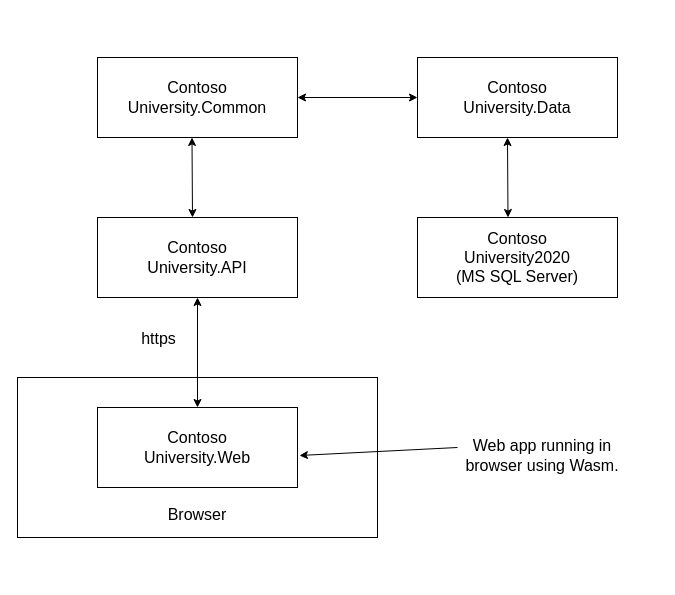
Before: Contoso-app.drawio in MBDev2k/PublicStuff, a draw.io diagram. Source tidied: cells renumbered, new cells numbered last; positions are measured from the earlier drawing's top-left corner, leaving out a move shared by most shapes. Both pictures are drawn from the tidied source at 100%, with x=0, y=0 at pixel (17, 57).
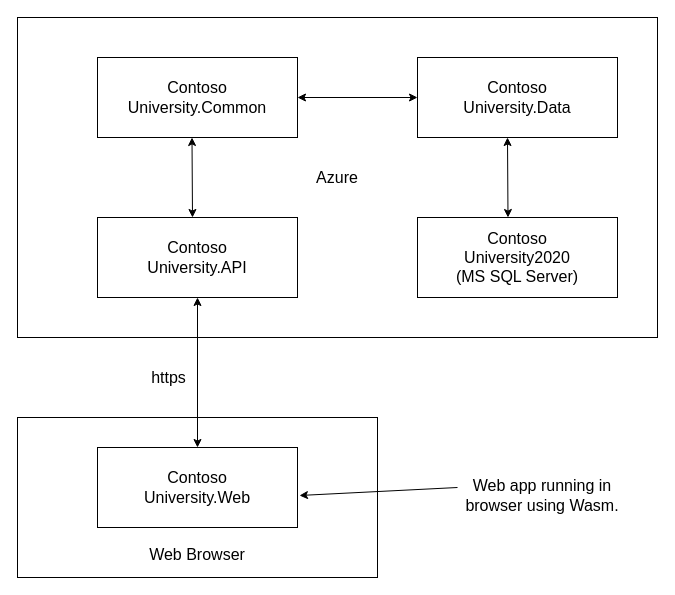
The same diagram, later.

Diff of the diagram source:
```diff
@@
 <mxGraphModel>
   <root>
     <mxCell id="0" />
     <mxCell id="1" parent="0" />
+    <mxCell id="15" value="&lt;font style=&quot;font-size: 16px;&quot;&gt;Azure&lt;/font&gt;" style="rounded=0;whiteSpace=wrap;html=1;" parent="1" vertex="1">
+      <mxGeometry y="-40" width="640" height="320" as="geometry" />
+    </mxCell>
-    <mxCell id="2" value="&lt;div&gt;&lt;br&gt;&lt;/div&gt;&lt;div&gt;&lt;br&gt;&lt;/div&gt;&lt;div&gt;&lt;br&gt;&lt;/div&gt;&lt;div&gt;&lt;br&gt;&lt;/div&gt;&lt;div&gt;&lt;br&gt;&lt;/div&gt;&lt;div&gt;&lt;br&gt;&lt;/div&gt;&lt;div&gt;&lt;br&gt;&lt;/div&gt;&lt;div&gt;&lt;br&gt;&lt;/div&gt;&lt;div&gt;&lt;font style=&quot;font-size: 16px;&quot;&gt;Browser&lt;/font&gt;&lt;/div&gt;" style="rounded=0;whiteSpace=wrap;html=1;" parent="1" vertex="1">
-      <mxGeometry y="320" width="360" height="160" as="geometry" />
+    <mxCell id="2" value="&lt;div&gt;&lt;br&gt;&lt;/div&gt;&lt;div&gt;&lt;br&gt;&lt;/div&gt;&lt;div&gt;&lt;br&gt;&lt;/div&gt;&lt;div&gt;&lt;br&gt;&lt;/div&gt;&lt;div&gt;&lt;br&gt;&lt;/div&gt;&lt;div&gt;&lt;br&gt;&lt;/div&gt;&lt;div&gt;&lt;br&gt;&lt;/div&gt;&lt;div&gt;&lt;br&gt;&lt;/div&gt;&lt;div&gt;&lt;font style=&quot;font-size: 16px;&quot;&gt;Web Browser&lt;/font&gt;&lt;/div&gt;" style="rounded=0;whiteSpace=wrap;html=1;" parent="1" vertex="1">
+      <mxGeometry y="360" width="360" height="160" as="geometry" />
     </mxCell>
     <mxCell id="3" value="&lt;div style=&quot;font-size: 16px;&quot;&gt;&lt;font style=&quot;font-size: 16px;&quot;&gt;Contoso&lt;/font&gt;&lt;/div&gt;&lt;div style=&quot;font-size: 16px;&quot;&gt;&lt;font style=&quot;font-size: 16px;&quot;&gt;University.API&lt;/font&gt;&lt;/div&gt;" style="rounded=0;whiteSpace=wrap;html=1;" parent="1" vertex="1">
       <mxGeometry x="80" y="160" width="200" height="80" as="geometry" />
     </mxCell>
     <mxCell id="4" value="&lt;div style=&quot;font-size: 16px;&quot;&gt;&lt;font style=&quot;font-size: 16px;&quot;&gt;Contoso&lt;/font&gt;&lt;/div&gt;&lt;div style=&quot;font-size: 16px;&quot;&gt;&lt;font style=&quot;font-size: 16px;&quot;&gt;University.Web&lt;/font&gt;&lt;/div&gt;" style="rounded=0;whiteSpace=wrap;html=1;" parent="1" vertex="1">
-      <mxGeometry x="80" y="350" width="200" height="80" as="geometry" />
+      <mxGeometry x="80" y="390" width="200" height="80" as="geometry" />
     </mxCell>
     <mxCell id="5" value="&lt;div style=&quot;font-size: 16px;&quot;&gt;&lt;font style=&quot;font-size: 16px;&quot;&gt;Contoso&lt;/font&gt;&lt;/div&gt;&lt;div style=&quot;font-size: 16px;&quot;&gt;&lt;font style=&quot;font-size: 16px;&quot;&gt;University.Common&lt;/font&gt;&lt;/div&gt;" style="rounded=0;whiteSpace=wrap;html=1;" parent="1" vertex="1">
       <mxGeometry x="80" width="200" height="80" as="geometry" />
     </mxCell>
     <mxCell id="6" value="&lt;div style=&quot;font-size: 16px;&quot;&gt;&lt;font style=&quot;font-size: 16px;&quot;&gt;Contoso&lt;/font&gt;&lt;/div&gt;&lt;div style=&quot;font-size: 16px;&quot;&gt;&lt;font style=&quot;font-size: 16px;&quot;&gt;University.Data&lt;/font&gt;&lt;/div&gt;" style="rounded=0;whiteSpace=wrap;html=1;" parent="1" vertex="1">
       <mxGeometry x="400" width="200" height="80" as="geometry" />
     </mxCell>
     <mxCell id="7" value="&lt;div style=&quot;font-size: 16px;&quot;&gt;&lt;font style=&quot;font-size: 16px;&quot;&gt;Contoso&lt;/font&gt;&lt;/div&gt;&lt;div style=&quot;font-size: 16px;&quot;&gt;&lt;font style=&quot;font-size: 16px;&quot;&gt;University2020&lt;/font&gt;&lt;/div&gt;&lt;div style=&quot;font-size: 16px;&quot;&gt;&lt;font style=&quot;font-size: 16px;&quot;&gt;(MS SQL Server)&lt;br&gt;&lt;/font&gt;&lt;/div&gt;" style="rounded=0;whiteSpace=wrap;html=1;" parent="1" vertex="1">
       <mxGeometry x="400" y="160" width="200" height="80" as="geometry" />
     </mxCell>
     <mxCell id="8" style="endArrow=classic;startArrow=classic;html=1;rounded=0;exitX=0.5;exitY=0;exitDx=0;exitDy=0;entryX=0.5;entryY=1;entryDx=0;entryDy=0;" parent="1" edge="1" source="4" target="3">
       <mxGeometry x="0.17" y="30" relative="1" as="geometry" />
     </mxCell>
     <mxCell id="9" value="&lt;font style=&quot;font-size: 16px;&quot;&gt;https&lt;/font&gt;" style="edgeLabel;html=1;align=center;verticalAlign=middle;" parent="8" vertex="1">
       <mxGeometry x="0.22" y="-1" relative="1" as="geometry">
-        <mxPoint x="-41" y="-3" as="offset" />
+        <mxPoint x="-31" y="21" as="offset" />
       </mxGeometry>
     </mxCell>
     <mxCell id="10" style="endArrow=classic;startArrow=classic;html=1;rounded=0;entryX=0.5;entryY=1;entryDx=0;entryDy=0;" parent="1" edge="1">
       <mxGeometry x="0.17" y="30" relative="1" as="geometry">
         <mxPoint x="175" y="160" as="sourcePoint" />
         <mxPoint x="174.5" y="80" as="targetPoint" />
       </mxGeometry>
     </mxCell>
     <mxCell id="11" style="endArrow=classic;startArrow=classic;html=1;rounded=0;entryX=1;entryY=0.5;entryDx=0;entryDy=0;exitX=0;exitY=0.5;exitDx=0;exitDy=0;" parent="1" edge="1" source="6" target="5">
       <mxGeometry x="0.17" y="30" relative="1" as="geometry" />
     </mxCell>
     <mxCell id="12" style="endArrow=classic;startArrow=classic;html=1;rounded=0;entryX=0.5;entryY=1;entryDx=0;entryDy=0;" parent="1" edge="1">
       <mxGeometry x="0.17" y="30" relative="1" as="geometry">
         <mxPoint x="490.5" y="160" as="sourcePoint" />
         <mxPoint x="490" y="80" as="targetPoint" />
       </mxGeometry>
     </mxCell>
     <mxCell id="13" style="endArrow=classic;html=1;rounded=0;entryX=1.01;entryY=0.6;entryDx=0;entryDy=0;entryPerimeter=0;" parent="1" edge="1" target="4">
       <mxGeometry relative="1" as="geometry">
-        <mxPoint x="440" y="390" as="sourcePoint" />
+        <mxPoint x="440" y="430" as="sourcePoint" />
       </mxGeometry>
     </mxCell>
     <mxCell id="14" value="&lt;font style=&quot;font-size: 16px;&quot;&gt;Web app running in browser using Wasm.&lt;/font&gt;" style="text;html=1;strokeColor=none;fillColor=none;align=center;verticalAlign=middle;whiteSpace=wrap;rounded=0;" parent="1" vertex="1">
-      <mxGeometry x="440" y="375" width="170" height="45" as="geometry" />
+      <mxGeometry x="440" y="415" width="170" height="45" as="geometry" />
     </mxCell>
   </root>
 </mxGraphModel>
```
